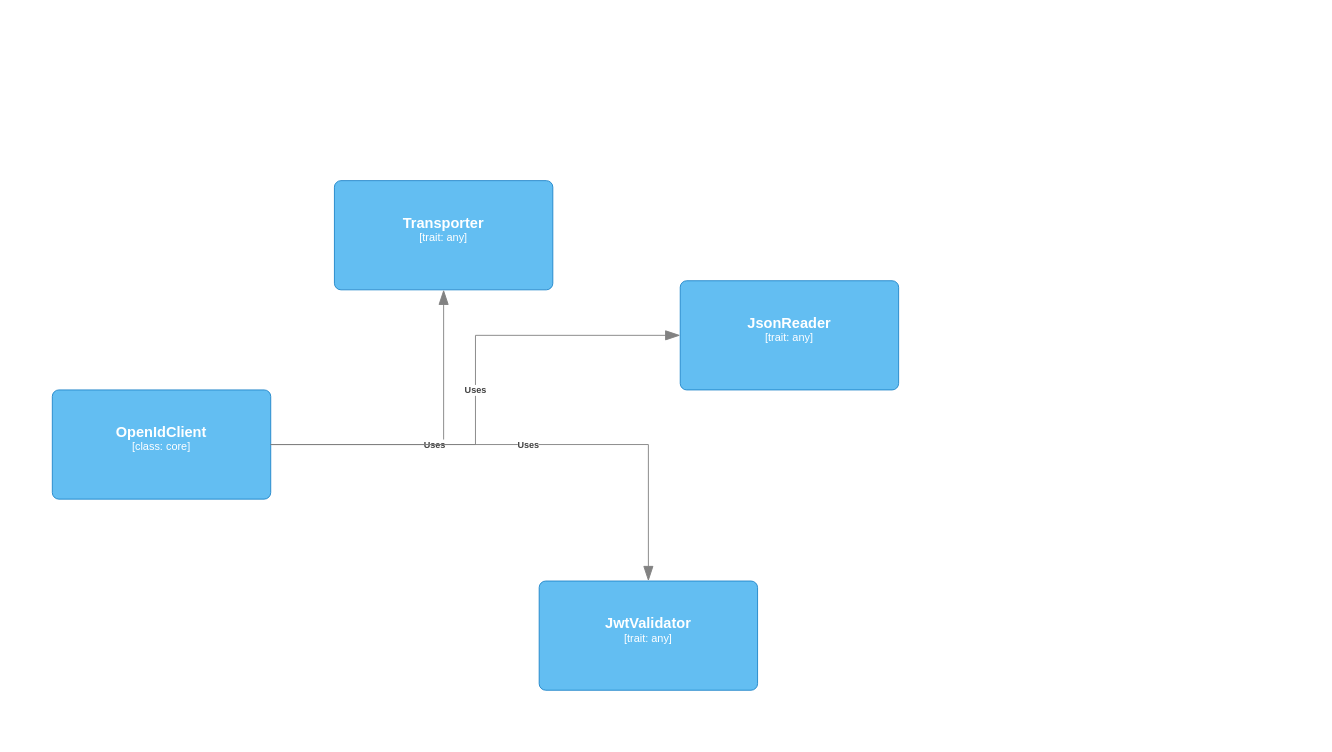
The draw.io diagram doc.drawio in estrondo/moidc4s, before the edit. Source tidied: cells renumbered, new cells numbered last; positions are measured from the earlier drawing's top-left corner, leaving out a move shared by most shapes. Both pictures are drawn from the tidied source at 91%, with x=0, y=0 at pixel (52, 180).
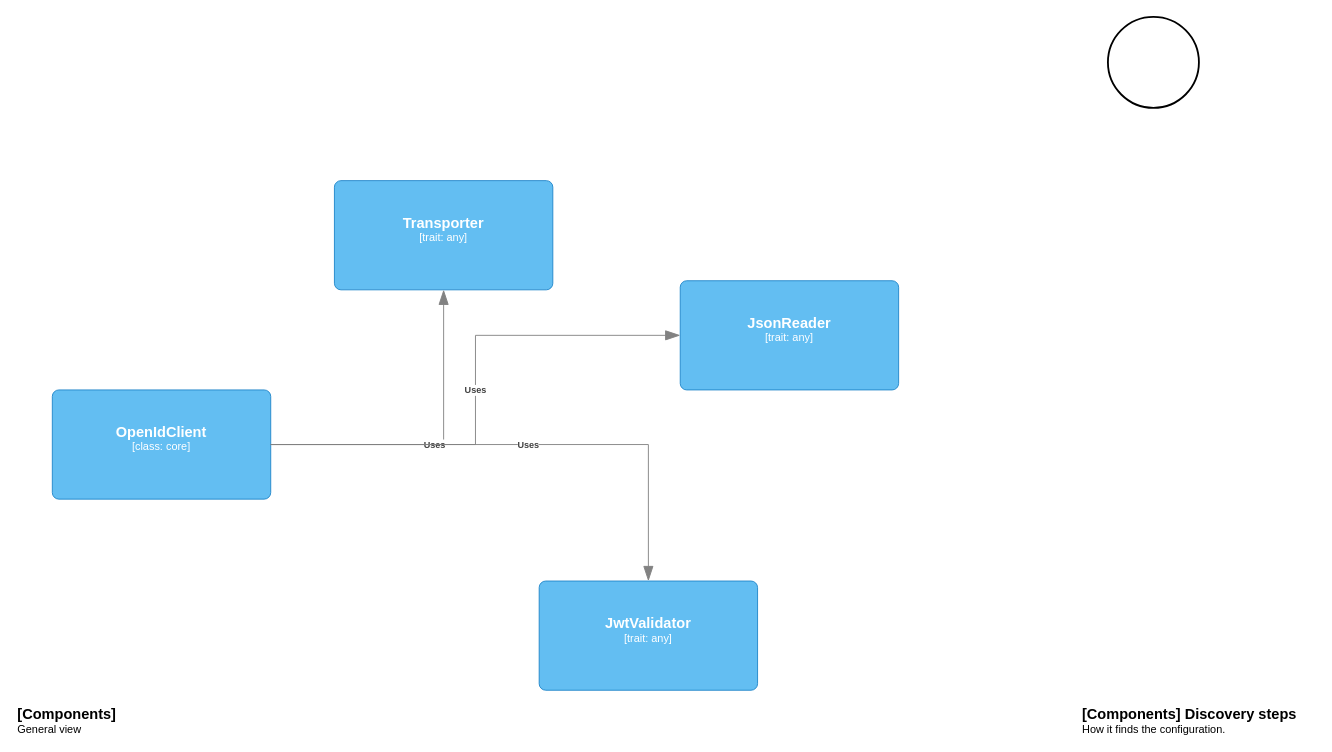
The same page after the edit.

The edit, as a diff of the source:
```diff
@@
 <mxGraphModel>
   <root>
     <mxCell id="0" />
     <mxCell id="1" parent="0" />
     <object id="2" label="&lt;font style=&quot;font-size: 16px&quot;&gt;&lt;b&gt;%c4Name%&lt;/b&gt;&lt;/font&gt;&lt;div&gt;[%c4Type%: %c4Technology%]&lt;/div&gt;&lt;br&gt;&lt;div&gt;&lt;font style=&quot;font-size: 11px&quot;&gt;%c4Description%&lt;/font&gt;&lt;/div&gt;" c4Description="" c4Name="OpenIdClient" c4Technology="core" c4Type="class" placeholders="1">
       <mxCell style="rounded=1;whiteSpace=wrap;html=1;labelBackgroundColor=none;fillColor=#63BEF2;fontColor=#ffffff;align=center;arcSize=6;strokeColor=#2086C9;points=[[0.25,0,0],[0.5,0,0],[0.75,0,0],[1,0.25,0],[1,0.5,0],[1,0.75,0],[0.75,1,0],[0.5,1,0],[0.25,1,0],[0,0.75,0],[0,0.5,0],[0,0.25,0]];" parent="1" vertex="1">
         <mxGeometry y="230" width="240" height="120" as="geometry" />
       </mxCell>
     </object>
     <object id="3" label="&lt;font style=&quot;font-size: 16px&quot;&gt;&lt;b&gt;%c4Name%&lt;/b&gt;&lt;/font&gt;&lt;div&gt;[%c4Type%: %c4Technology%]&lt;/div&gt;&lt;br&gt;&lt;div&gt;&lt;font style=&quot;font-size: 11px&quot;&gt;%c4Description%&lt;/font&gt;&lt;/div&gt;" c4Description="" c4Name="Transporter" c4Technology="any" c4Type="trait" placeholders="1">
       <mxCell style="rounded=1;whiteSpace=wrap;html=1;labelBackgroundColor=none;fillColor=#63BEF2;fontColor=#ffffff;align=center;arcSize=6;strokeColor=#2086C9;points=[[0.25,0,0],[0.5,0,0],[0.75,0,0],[1,0.25,0],[1,0.5,0],[1,0.75,0],[0.75,1,0],[0.5,1,0],[0.25,1,0],[0,0.75,0],[0,0.5,0],[0,0.25,0]];" parent="1" vertex="1">
         <mxGeometry x="310" width="240" height="120" as="geometry" />
       </mxCell>
     </object>
     <object id="4" label="&lt;div style=&quot;text-align: left&quot;&gt;&lt;div style=&quot;text-align: center&quot;&gt;&lt;b&gt;%c4Description%&lt;/b&gt;&lt;/div&gt;" c4Description="Uses" placeholders="1">
       <mxCell style="endArrow=blockThin;html=1;fontSize=10;fontColor=#404040;strokeWidth=1;endFill=1;strokeColor=#828282;elbow=vertical;endSize=14;startSize=14;jumpStyle=arc;jumpSize=16;rounded=0;edgeStyle=orthogonalEdgeStyle;" parent="1" edge="1" source="2" target="3">
         <mxGeometry relative="1" as="geometry" />
       </mxCell>
     </object>
     <object id="5" label="&lt;font style=&quot;font-size: 16px&quot;&gt;&lt;b&gt;%c4Name%&lt;/b&gt;&lt;/font&gt;&lt;div&gt;[%c4Type%: %c4Technology%]&lt;/div&gt;&lt;br&gt;&lt;div&gt;&lt;font style=&quot;font-size: 11px&quot;&gt;%c4Description%&lt;/font&gt;&lt;/div&gt;" c4Description="" c4Name="JsonReader" c4Technology="any" c4Type="trait" placeholders="1">
       <mxCell style="rounded=1;whiteSpace=wrap;html=1;labelBackgroundColor=none;fillColor=#63BEF2;fontColor=#ffffff;align=center;arcSize=6;strokeColor=#2086C9;points=[[0.25,0,0],[0.5,0,0],[0.75,0,0],[1,0.25,0],[1,0.5,0],[1,0.75,0],[0.75,1,0],[0.5,1,0],[0.25,1,0],[0,0.75,0],[0,0.5,0],[0,0.25,0]];" parent="1" vertex="1">
         <mxGeometry x="690" y="110" width="240" height="120" as="geometry" />
       </mxCell>
     </object>
     <object id="6" label="&lt;div style=&quot;text-align: left&quot;&gt;&lt;div style=&quot;text-align: center&quot;&gt;&lt;b&gt;%c4Description%&lt;/b&gt;&lt;/div&gt;" c4Description="Uses" placeholders="1">
       <mxCell style="endArrow=blockThin;html=1;fontSize=10;fontColor=#404040;strokeWidth=1;endFill=1;strokeColor=#828282;elbow=vertical;endSize=14;startSize=14;jumpStyle=arc;jumpSize=16;rounded=0;edgeStyle=orthogonalEdgeStyle;" parent="1" edge="1" source="2" target="5">
         <mxGeometry relative="1" as="geometry" />
       </mxCell>
     </object>
     <object id="7" label="&lt;font style=&quot;font-size: 16px&quot;&gt;&lt;b&gt;%c4Name%&lt;/b&gt;&lt;/font&gt;&lt;div&gt;[%c4Type%: %c4Technology%]&lt;/div&gt;&lt;br&gt;&lt;div&gt;&lt;font style=&quot;font-size: 11px&quot;&gt;%c4Description%&lt;/font&gt;&lt;/div&gt;" c4Description="" c4Name="JwtValidator" c4Technology="any" c4Type="trait" placeholders="1">
       <mxCell style="rounded=1;whiteSpace=wrap;html=1;labelBackgroundColor=none;fillColor=#63BEF2;fontColor=#ffffff;align=center;arcSize=6;strokeColor=#2086C9;points=[[0.25,0,0],[0.5,0,0],[0.75,0,0],[1,0.25,0],[1,0.5,0],[1,0.75,0],[0.75,1,0],[0.5,1,0],[0.25,1,0],[0,0.75,0],[0,0.5,0],[0,0.25,0]];" parent="1" vertex="1">
         <mxGeometry x="535" y="440" width="240" height="120" as="geometry" />
       </mxCell>
     </object>
     <object id="8" label="&lt;div style=&quot;text-align: left&quot;&gt;&lt;div style=&quot;text-align: center&quot;&gt;&lt;b&gt;%c4Description%&lt;/b&gt;&lt;/div&gt;" c4Description="Uses" placeholders="1">
       <mxCell style="endArrow=blockThin;html=1;fontSize=10;fontColor=#404040;strokeWidth=1;endFill=1;strokeColor=#828282;elbow=vertical;endSize=14;startSize=14;jumpStyle=arc;jumpSize=16;rounded=0;edgeStyle=orthogonalEdgeStyle;" parent="1" edge="1" source="2" target="7">
         <mxGeometry relative="1" as="geometry" />
       </mxCell>
     </object>
+    <object id="9" label="&lt;font style=&quot;font-size: 16px&quot;&gt;&lt;b&gt;&lt;div style=&quot;text-align: left&quot;&gt;%c4Name%&lt;/div&gt;&lt;/b&gt;&lt;/font&gt;&lt;div style=&quot;text-align: left&quot;&gt;%c4Description%&lt;/div&gt;" c4Description="General view" c4Name="[Components]" placeholders="1">
+      <mxCell style="text;html=1;strokeColor=none;fillColor=none;align=left;verticalAlign=top;whiteSpace=wrap;rounded=0;" parent="1" vertex="1">
+        <mxGeometry x="-40" y="570" width="260" height="40" as="geometry" />
+      </mxCell>
+    </object>
+    <object id="10" label="&lt;font style=&quot;font-size: 16px&quot;&gt;&lt;b&gt;&lt;div style=&quot;text-align: left&quot;&gt;%c4Name%&lt;/div&gt;&lt;/b&gt;&lt;/font&gt;&lt;div style=&quot;text-align: left&quot;&gt;%c4Description%&lt;/div&gt;" c4Description="How it finds the configuration." c4Name="[Components] Discovery steps" placeholders="1">
+      <mxCell style="text;html=1;strokeColor=none;fillColor=none;align=left;verticalAlign=top;whiteSpace=wrap;rounded=0;" parent="1" vertex="1">
+        <mxGeometry x="1130" y="570" width="260" height="40" as="geometry" />
+      </mxCell>
+    </object>
+    <mxCell id="11" style="strokeWidth=2;html=1;shape=mxgraph.flowchart.start_2;whiteSpace=wrap;" parent="1" vertex="1">
+      <mxGeometry x="1160" y="-180" width="100" height="100" as="geometry" />
+    </mxCell>
   </root>
 </mxGraphModel>
```
